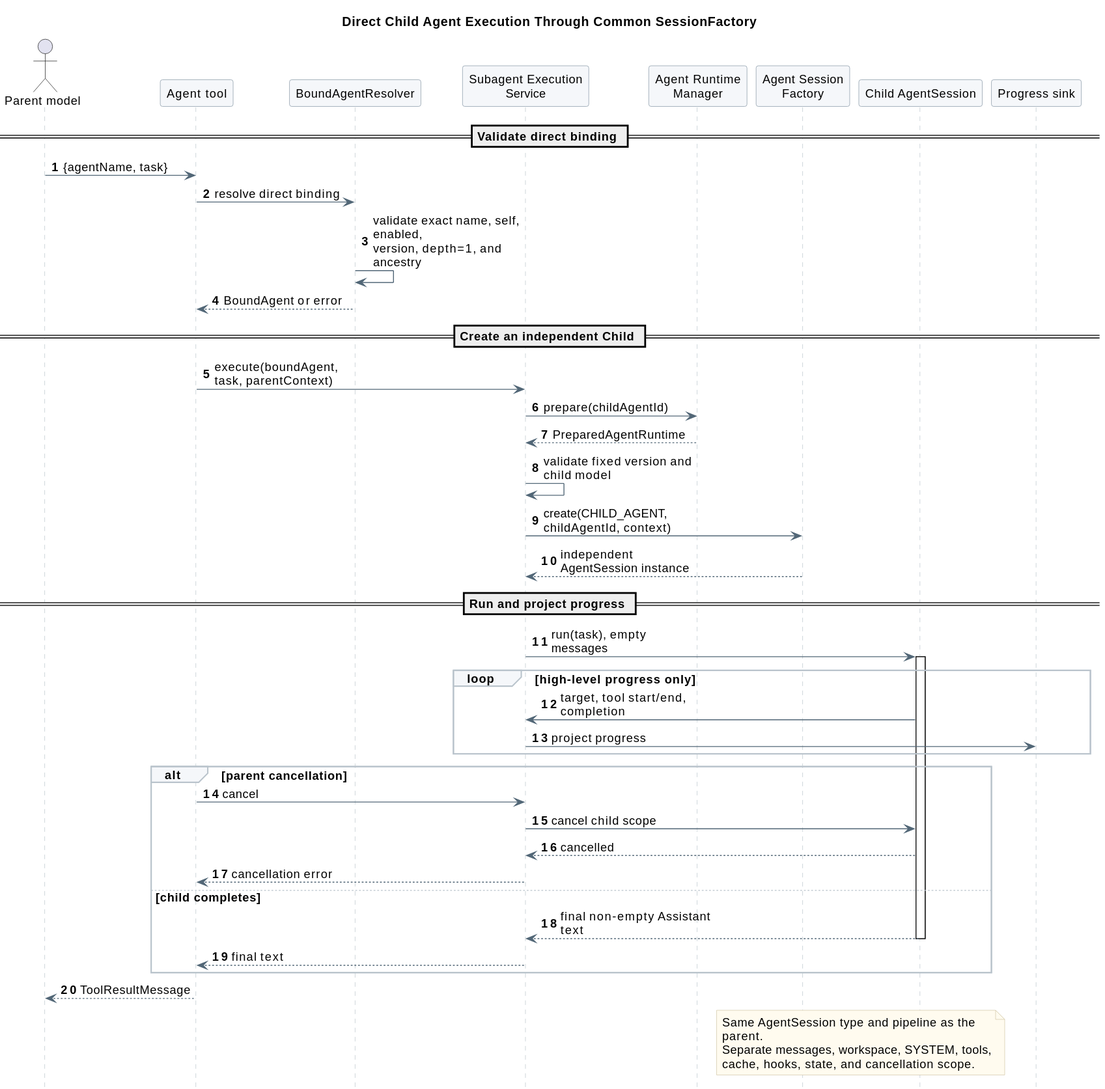
Above: 01-总体架构/02-CampusClaw工具系统/subagent_execution_sequence.svg in ssm0808/pi-mono-java-design (PlantUML), before the change. The source it was exported from:
```plantuml
@startuml
skinparam backgroundColor white
skinparam defaultFontName SansSerif
skinparam defaultFontSize 13
skinparam shadowing false
skinparam sequenceMessageAlign left
skinparam maxMessageSize 165
skinparam sequenceArrowColor #526777
skinparam sequenceLifeLineBorderColor #BAC4CC
skinparam sequenceParticipantBackgroundColor #F5F7FA
skinparam sequenceParticipantBorderColor #8496A4
skinparam sequenceGroupBackgroundColor #F5F7FA
skinparam sequenceGroupBorderColor #BAC4CC
skinparam noteBackgroundColor #FFFBEF
skinparam noteBorderColor #D2C6A5
hide footbox
autonumber
title Direct Child Agent Execution Through Common SessionFactory


actor "Parent model" as Model
participant "Agent tool" as Agent
participant "BoundAgentResolver" as Resolver
participant "Subagent Execution\nService" as Service
participant "Agent Runtime\nManager" as Manager
participant "Agent Session\nFactory" as Factory
participant "Child AgentSession" as Child
participant "Progress sink" as Progress

== Validate direct binding ==
Model -> Agent : {agentName, task}
Agent -> Resolver : resolve direct binding
Resolver -> Resolver : validate exact name, self, enabled,\nversion, depth=1, and ancestry
Resolver --> Agent : BoundAgent or error
== Create an independent Child ==
Agent -> Service : execute(boundAgent, task, parentContext)
Service -> Manager : prepare(childAgentId)
Manager --> Service : PreparedAgentRuntime
Service -> Service : validate fixed version and child model
Service -> Factory : create(CHILD_AGENT, childAgentId, context)
Factory --> Service : independent AgentSession instance
== Run and project progress ==
Service -> Child ++ : run(task), empty messages
loop high-level progress only
  Child -> Service : target, tool start/end, completion
  Service -> Progress : project progress
end
alt parent cancellation
  Agent -> Service : cancel
  Service -> Child : cancel child scope
  Child --> Service : cancelled
  Service --> Agent : cancellation error
else child completes
  Child --> Service : final non-empty Assistant text
  deactivate Child
  Service --> Agent : final text
end
Agent --> Model : ToolResultMessage

note over Factory,Child
  Same AgentSession type and pipeline as the
  parent.
  Separate messages, workspace, SYSTEM, tools,
  cache, hooks, state, and cancellation scope.
end note
@enduml
```
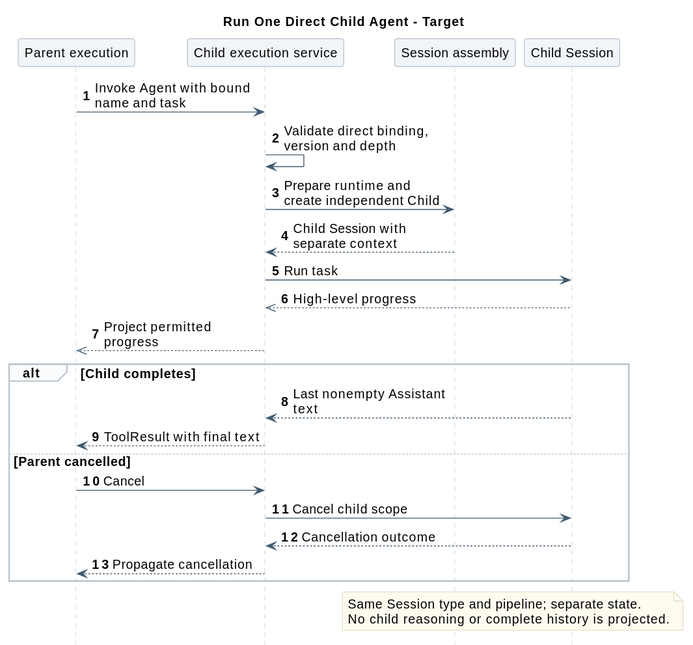
After the change.

Diff of the diagram source:
```diff
@@ -1,66 +1,44 @@
 @startuml
 skinparam backgroundColor white
 skinparam defaultFontName SansSerif
-skinparam defaultFontSize 13
+skinparam defaultFontSize 14
 skinparam shadowing false
 skinparam sequenceMessageAlign left
-skinparam maxMessageSize 165
-skinparam sequenceArrowColor #526777
+skinparam maxMessageSize 180
+skinparam sequenceArrowColor #425B70
 skinparam sequenceLifeLineBorderColor #BAC4CC
-skinparam sequenceParticipantBackgroundColor #F5F7FA
+skinparam sequenceParticipantBackgroundColor #F1F5F9
 skinparam sequenceParticipantBorderColor #8496A4
-skinparam sequenceGroupBackgroundColor #F5F7FA
+skinparam sequenceGroupBackgroundColor #FAFBFC
 skinparam sequenceGroupBorderColor #BAC4CC
 skinparam noteBackgroundColor #FFFBEF
 skinparam noteBorderColor #D2C6A5
 hide footbox
 autonumber
-title Direct Child Agent Execution Through Common SessionFactory
 
-
-actor "Parent model" as Model
-participant "Agent tool" as Agent
-participant "BoundAgentResolver" as Resolver
-participant "Subagent Execution\nService" as Service
-participant "Agent Runtime\nManager" as Manager
-participant "Agent Session\nFactory" as Factory
-participant "Child AgentSession" as Child
-participant "Progress sink" as Progress
-
-== Validate direct binding ==
-Model -> Agent : {agentName, task}
-Agent -> Resolver : resolve direct binding
-Resolver -> Resolver : validate exact name, self, enabled,\nversion, depth=1, and ancestry
-Resolver --> Agent : BoundAgent or error
-== Create an independent Child ==
-Agent -> Service : execute(boundAgent, task, parentContext)
-Service -> Manager : prepare(childAgentId)
-Manager --> Service : PreparedAgentRuntime
-Service -> Service : validate fixed version and child model
-Service -> Factory : create(CHILD_AGENT, childAgentId, context)
-Factory --> Service : independent AgentSession instance
-== Run and project progress ==
-Service -> Child ++ : run(task), empty messages
-loop high-level progress only
-  Child -> Service : target, tool start/end, completion
-  Service -> Progress : project progress
+title Run One Direct Child Agent - Target
+participant "Parent execution" as Parent
+participant "Child execution service" as Service
+participant "Session assembly" as Factory
+participant "Child Session" as Child
+Parent -> Service : Invoke Agent with bound name and task
+Service -> Service : Validate direct binding, version and depth
+Service -> Factory : Prepare runtime and create independent Child
+Factory --> Service : Child Session with separate context
+Service -> Child : Run task
+Child -->> Service : High-level progress
+Service -->> Parent : Project permitted progress
+alt Child completes
+  Child --> Service : Last nonempty Assistant text
+  Service --> Parent : ToolResult with final text
+else Parent cancelled
+  Parent -> Service : Cancel
+  Service -> Child : Cancel child scope
+  Child --> Service : Cancellation outcome
+  Service --> Parent : Propagate cancellation
 end
-alt parent cancellation
-  Agent -> Service : cancel
-  Service -> Child : cancel child scope
-  Child --> Service : cancelled
-  Service --> Agent : cancellation error
-else child completes
-  Child --> Service : final non-empty Assistant text
-  deactivate Child
-  Service --> Agent : final text
-end
-Agent --> Model : ToolResultMessage
-
 note over Factory,Child
-  Same AgentSession type and pipeline as the
-  parent.
-  Separate messages, workspace, SYSTEM, tools,
-  cache, hooks, state, and cancellation scope.
+  Same Session type and pipeline; separate state.
+  No child reasoning or complete history is projected.
 end note
 @enduml
```
